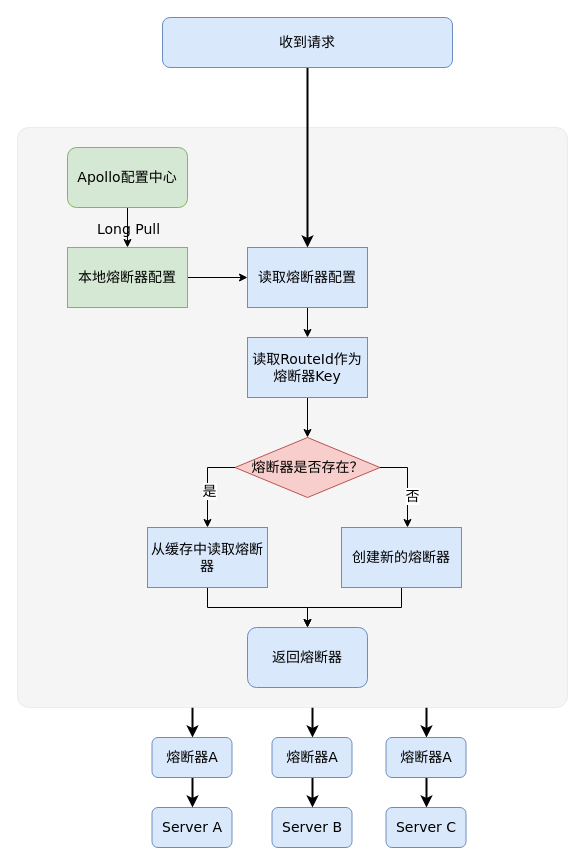
maxuewen/draw.io keeps this draw.io diagram as page "网关熔断" (8 of 8) of Untitled Diagram.drawio. Above is the earlier version. Source tidied: cells renumbered, new cells numbered last; positions are measured from the earlier drawing's top-left corner, leaving out a move shared by most shapes. Both pictures are drawn from the tidied source at 100%, with x=0, y=0 at pixel (17, 17).
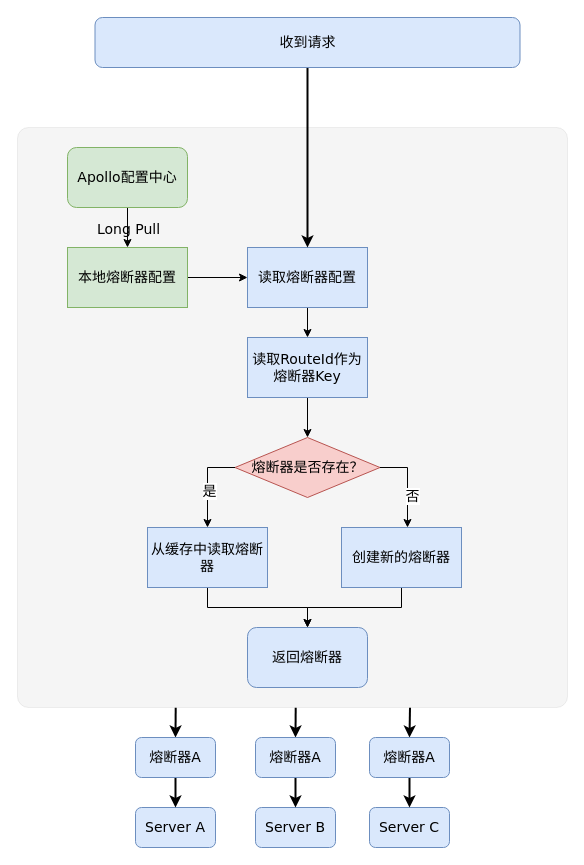
The same diagram, later.

The change refers to these unchanged cells:
```xml
<mxCell id="5" style="rounded=1;whiteSpace=wrap;html=1;labelBackgroundColor=none;fontFamily=Verdana;fontSize=14;strokeWidth=0;arcSize=2;fillColor=#f5f5f5;strokeColor=#666666;fontColor=#333333;" parent="1" vertex="1">
  <mxGeometry y="110" width="550" height="580" as="geometry" />
</mxCell>
```

Diff of the diagram source:
```diff
@@
-    <mxCell id="2" style="edgeStyle=elbowEdgeStyle;rounded=0;jumpStyle=arc;jumpSize=12;jettySize=auto;html=1;labelBackgroundColor=none;fontFamily=Verdana;fontSize=14;fontColor=#000000;strokeWidth=2;" parent="1" edge="1" source="5" target="31">
-      <mxGeometry relative="1" as="geometry" />
+    <mxCell id="2" style="edgeStyle=elbowEdgeStyle;rounded=0;jumpStyle=arc;jumpSize=12;jettySize=auto;html=1;labelBackgroundColor=none;fontFamily=Verdana;fontSize=14;fontColor=#000000;strokeWidth=2;" parent="1" edge="1" target="31">
+      <mxGeometry relative="1" as="geometry">
+        <mxPoint x="158.2" y="690" as="sourcePoint" />
+      </mxGeometry>
     </mxCell>
-    <mxCell id="3" style="edgeStyle=elbowEdgeStyle;rounded=0;jumpStyle=arc;jumpSize=12;jettySize=auto;html=1;labelBackgroundColor=none;fontFamily=Verdana;fontSize=14;fontColor=#000000;strokeWidth=2;" parent="1" edge="1" source="5" target="33">
-      <mxGeometry relative="1" as="geometry" />
+    <mxCell id="3" style="edgeStyle=elbowEdgeStyle;rounded=0;jumpStyle=arc;jumpSize=12;jettySize=auto;html=1;labelBackgroundColor=none;fontFamily=Verdana;fontSize=14;fontColor=#000000;strokeWidth=2;" parent="1" edge="1" target="33">
+      <mxGeometry relative="1" as="geometry">
+        <mxPoint x="278.2" y="690" as="sourcePoint" />
+      </mxGeometry>
     </mxCell>
-    <mxCell id="4" style="edgeStyle=elbowEdgeStyle;rounded=0;jumpStyle=arc;jumpSize=12;jettySize=auto;html=1;entryX=0.5;entryY=0;entryDx=0;entryDy=0;labelBackgroundColor=none;fontFamily=Verdana;fontSize=14;fontColor=#000000;strokeWidth=2;" parent="1" edge="1" source="5" target="35">
-      <mxGeometry relative="1" as="geometry" />
+    <mxCell id="4" style="edgeStyle=elbowEdgeStyle;rounded=0;jumpStyle=arc;jumpSize=12;jettySize=auto;html=1;entryX=0.5;entryY=0;entryDx=0;entryDy=0;labelBackgroundColor=none;fontFamily=Verdana;fontSize=14;fontColor=#000000;strokeWidth=2;" parent="1" edge="1" target="35">
+      <mxGeometry relative="1" as="geometry">
+        <mxPoint x="392.5" y="690" as="sourcePoint" />
+      </mxGeometry>
     </mxCell>
@@
     <mxCell id="26" value="收到请求" style="rounded=1;whiteSpace=wrap;html=1;labelBackgroundColor=none;fontFamily=Verdana;fontSize=14;strokeWidth=1;fillColor=#dae8fc;strokeColor=#6c8ebf;" parent="1" vertex="1">
-      <mxGeometry x="145" width="290" height="50" as="geometry" />
+      <mxGeometry x="77.5" width="425" height="50" as="geometry" />
     </mxCell>
     <mxCell id="27" value="Server A" style="rounded=1;whiteSpace=wrap;html=1;labelBackgroundColor=none;fontFamily=Verdana;fontSize=14;strokeWidth=1;fillColor=#dae8fc;strokeColor=#6c8ebf;" parent="1" vertex="1">
-      <mxGeometry x="134.5" y="790" width="80" height="40" as="geometry" />
+      <mxGeometry x="118" y="790" width="80" height="40" as="geometry" />
     </mxCell>
     <mxCell id="28" value="Server B" style="rounded=1;whiteSpace=wrap;html=1;labelBackgroundColor=none;fontFamily=Verdana;fontSize=14;strokeWidth=1;fillColor=#dae8fc;strokeColor=#6c8ebf;" parent="1" vertex="1">
-      <mxGeometry x="254.5" y="790" width="80" height="40" as="geometry" />
+      <mxGeometry x="238" y="790" width="80" height="40" as="geometry" />
     </mxCell>
     <mxCell id="29" value="Server C" style="rounded=1;whiteSpace=wrap;html=1;labelBackgroundColor=none;fontFamily=Verdana;fontSize=14;strokeWidth=1;fillColor=#dae8fc;strokeColor=#6c8ebf;" parent="1" vertex="1">
-      <mxGeometry x="368.5" y="790" width="80" height="40" as="geometry" />
+      <mxGeometry x="352" y="790" width="80" height="40" as="geometry" />
     </mxCell>
@@
     <mxCell id="31" value="熔断器A" style="rounded=1;whiteSpace=wrap;html=1;labelBackgroundColor=none;fontFamily=Verdana;fontSize=14;strokeWidth=1;fillColor=#dae8fc;strokeColor=#6c8ebf;" parent="1" vertex="1">
-      <mxGeometry x="134.5" y="720" width="80" height="40" as="geometry" />
+      <mxGeometry x="118" y="720" width="80" height="40" as="geometry" />
     </mxCell>
@@
     <mxCell id="33" value="熔断器A" style="rounded=1;whiteSpace=wrap;html=1;labelBackgroundColor=none;fontFamily=Verdana;fontSize=14;strokeWidth=1;fillColor=#dae8fc;strokeColor=#6c8ebf;" parent="1" vertex="1">
-      <mxGeometry x="254.5" y="720" width="80" height="40" as="geometry" />
+      <mxGeometry x="238" y="720" width="80" height="40" as="geometry" />
     </mxCell>
@@
     <mxCell id="35" value="熔断器A" style="rounded=1;whiteSpace=wrap;html=1;labelBackgroundColor=none;fontFamily=Verdana;fontSize=14;strokeWidth=1;fillColor=#dae8fc;strokeColor=#6c8ebf;" parent="1" vertex="1">
-      <mxGeometry x="368.5" y="720" width="80" height="40" as="geometry" />
+      <mxGeometry x="352" y="720" width="80" height="40" as="geometry" />
     </mxCell>
```
